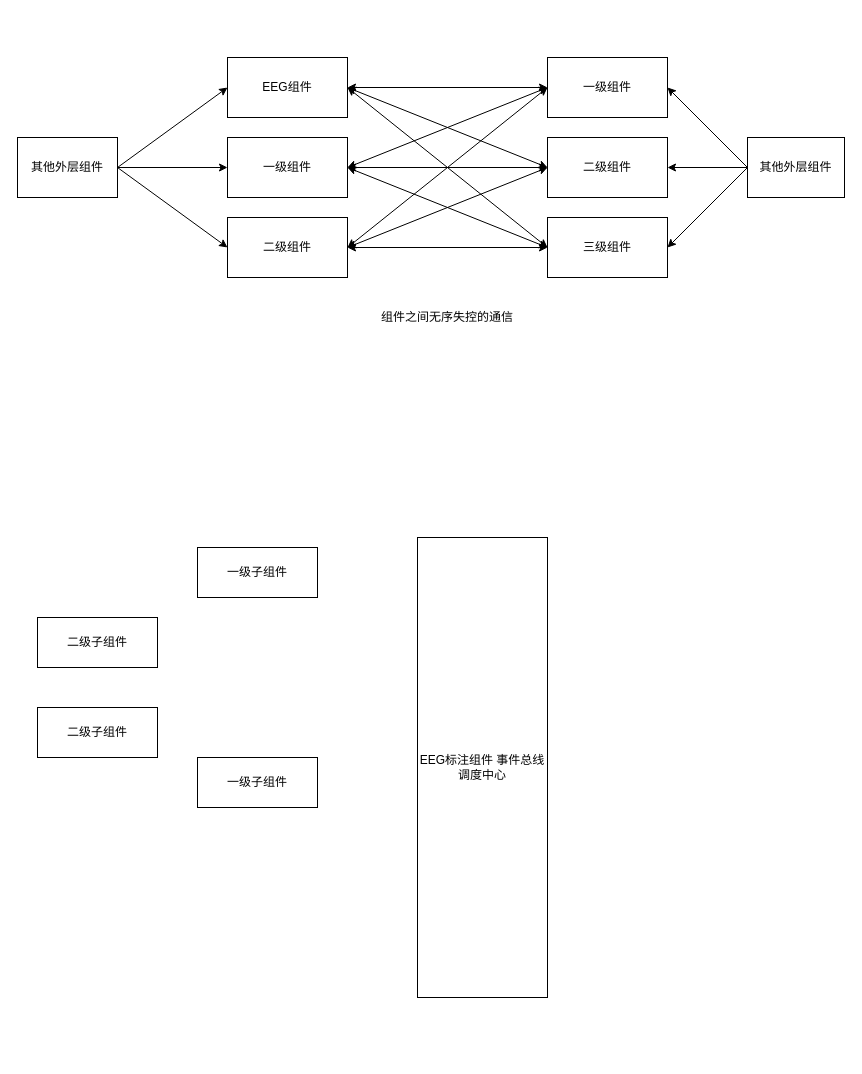
Earlier version of the draw.io diagram 标注组件结构图.drawio (chenweihan/UML). Source tidied: cells renumbered, new cells numbered last; positions are measured from the earlier drawing's top-left corner, leaving out a move shared by most shapes. Both pictures are drawn from the tidied source at 100%, with x=0, y=0 at pixel (17, 57).
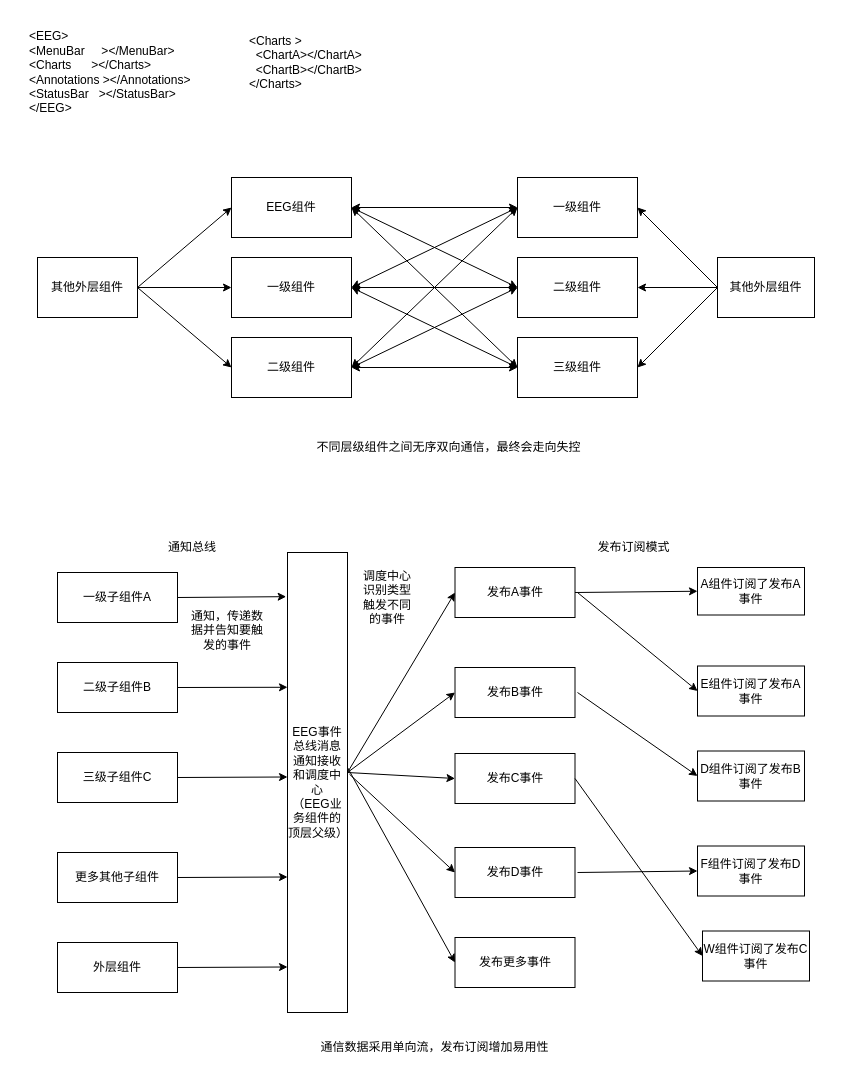
The same page after the edit.

Commit message (it also covers changes not shown here):
更新标注组件结构图.drawio

Change to the diagram source:
```diff
@@
-    <mxCell id="2" value="EEG标注组件 事件总线调度中心" style="rounded=0;whiteSpace=wrap;html=1;" parent="1" vertex="1">
-      <mxGeometry x="400" y="480" width="130" height="460" as="geometry" />
+    <mxCell id="2" value="EEG事件总线消息通知接收和调度中心&lt;br&gt;（EEG业务组件的顶层父级）" style="rounded=0;whiteSpace=wrap;html=1;" parent="1" vertex="1">
+      <mxGeometry x="270" y="495" width="60" height="460" as="geometry" />
     </mxCell>
-    <mxCell id="3" value="一级子组件" style="rounded=0;whiteSpace=wrap;html=1;" parent="1" vertex="1">
-      <mxGeometry x="180" y="490" width="120" height="50" as="geometry" />
+    <mxCell id="3" value="一级子组件A" style="rounded=0;whiteSpace=wrap;html=1;" parent="1" vertex="1">
+      <mxGeometry x="40" y="515" width="120" height="50" as="geometry" />
     </mxCell>
-    <mxCell id="4" value="一级子组件" style="rounded=0;whiteSpace=wrap;html=1;" parent="1" vertex="1">
-      <mxGeometry x="180" y="700" width="120" height="50" as="geometry" />
+    <mxCell id="4" value="更多其他子组件" style="rounded=0;whiteSpace=wrap;html=1;" parent="1" vertex="1">
+      <mxGeometry x="40" y="795" width="120" height="50" as="geometry" />
     </mxCell>
-    <mxCell id="5" value="二级子组件" style="rounded=0;whiteSpace=wrap;html=1;" parent="1" vertex="1">
-      <mxGeometry x="20" y="560" width="120" height="50" as="geometry" />
+    <mxCell id="5" value="二级子组件B" style="rounded=0;whiteSpace=wrap;html=1;" parent="1" vertex="1">
+      <mxGeometry x="40" y="605" width="120" height="50" as="geometry" />
     </mxCell>
-    <mxCell id="6" value="二级子组件" style="rounded=0;whiteSpace=wrap;html=1;" parent="1" vertex="1">
-      <mxGeometry x="20" y="650" width="120" height="50" as="geometry" />
+    <mxCell id="6" value="三级子组件C" style="rounded=0;whiteSpace=wrap;html=1;" parent="1" vertex="1">
+      <mxGeometry x="40" y="695" width="120" height="50" as="geometry" />
     </mxCell>
     <mxCell id="7" value="EEG组件" style="rounded=0;whiteSpace=wrap;html=1;" parent="1" vertex="1">
-      <mxGeometry x="210" width="120" height="60" as="geometry" />
+      <mxGeometry x="214" y="120" width="120" height="60" as="geometry" />
     </mxCell>
     <mxCell id="8" value="一级组件" style="rounded=0;whiteSpace=wrap;html=1;" parent="1" vertex="1">
-      <mxGeometry x="210" y="80" width="120" height="60" as="geometry" />
+      <mxGeometry x="214" y="200" width="120" height="60" as="geometry" />
     </mxCell>
     <mxCell id="9" value="二级组件" style="rounded=0;whiteSpace=wrap;html=1;" parent="1" vertex="1">
-      <mxGeometry x="210" y="160" width="120" height="60" as="geometry" />
+      <mxGeometry x="214" y="280" width="120" height="60" as="geometry" />
     </mxCell>
     <mxCell id="10" value="一级组件" style="rounded=0;whiteSpace=wrap;html=1;" parent="1" vertex="1">
-      <mxGeometry x="530" width="120" height="60" as="geometry" />
+      <mxGeometry x="500" y="120" width="120" height="60" as="geometry" />
     </mxCell>
     <mxCell id="11" value="二级组件" style="rounded=0;whiteSpace=wrap;html=1;" parent="1" vertex="1">
-      <mxGeometry x="530" y="80" width="120" height="60" as="geometry" />
+      <mxGeometry x="500" y="200" width="120" height="60" as="geometry" />
     </mxCell>
     <mxCell id="12" value="三级组件" style="rounded=0;whiteSpace=wrap;html=1;" parent="1" vertex="1">
-      <mxGeometry x="530" y="160" width="120" height="60" as="geometry" />
+      <mxGeometry x="500" y="280" width="120" height="60" as="geometry" />
     </mxCell>
     <mxCell id="13" style="endArrow=classic;startArrow=classic;html=1;rounded=0;entryX=0;entryY=0.5;entryDx=0;entryDy=0;" parent="1" edge="1" target="12">
       <mxGeometry relative="1" as="geometry">
-        <mxPoint x="330" y="190" as="sourcePoint" />
+        <mxPoint x="334" y="310" as="sourcePoint" />
       </mxGeometry>
     </mxCell>
-    <mxCell id="14" style="endArrow=classic;startArrow=classic;html=1;rounded=0;exitX=1;exitY=0.5;exitDx=0;exitDy=0;" parent="1" edge="1" source="8">
-      <mxGeometry relative="1" as="geometry">
-        <mxPoint x="530" y="190" as="targetPoint" />
-      </mxGeometry>
+    <mxCell id="14" style="endArrow=classic;startArrow=classic;html=1;rounded=0;exitX=1;exitY=0.5;exitDx=0;exitDy=0;entryX=0;entryY=0.5;entryDx=0;entryDy=0;" parent="1" edge="1" source="8" target="12">
+      <mxGeometry relative="1" as="geometry" />
     </mxCell>
-    <mxCell id="15" style="endArrow=classic;startArrow=classic;html=1;rounded=0;" parent="1" edge="1">
+    <mxCell id="15" style="endArrow=classic;startArrow=classic;html=1;rounded=0;exitX=1;exitY=0.5;exitDx=0;exitDy=0;" parent="1" edge="1" source="9">
       <mxGeometry relative="1" as="geometry">
-        <mxPoint x="330" y="190" as="sourcePoint" />
-        <mxPoint x="530" y="110" as="targetPoint" />
+        <mxPoint x="500" y="230" as="targetPoint" />
       </mxGeometry>
     </mxCell>
@@
-    <mxCell id="18" style="endArrow=classic;startArrow=classic;html=1;rounded=0;exitX=1;exitY=0.5;exitDx=0;exitDy=0;" parent="1" edge="1" source="7">
-      <mxGeometry relative="1" as="geometry">
-        <mxPoint x="530" y="110" as="targetPoint" />
-      </mxGeometry>
+    <mxCell id="18" style="endArrow=classic;startArrow=classic;html=1;rounded=0;exitX=1;exitY=0.5;exitDx=0;exitDy=0;entryX=0;entryY=0.5;entryDx=0;entryDy=0;" parent="1" edge="1" source="7" target="11">
+      <mxGeometry relative="1" as="geometry" />
     </mxCell>
@@
     <mxCell id="21" style="endArrow=classic;startArrow=classic;html=1;rounded=0;entryX=0;entryY=0.5;entryDx=0;entryDy=0;" parent="1" edge="1" target="10">
       <mxGeometry relative="1" as="geometry">
-        <mxPoint x="330" y="190" as="sourcePoint" />
+        <mxPoint x="334" y="310" as="sourcePoint" />
       </mxGeometry>
     </mxCell>
-    <mxCell id="22" value="组件之间无序失控的通信" style="text;html=1;strokeColor=none;fillColor=none;align=center;verticalAlign=middle;whiteSpace=wrap;rounded=0;" parent="1" vertex="1">
-      <mxGeometry x="345" y="250" width="170" height="20" as="geometry" />
+    <mxCell id="22" value="不同层级组件之间无序双向通信，最终会走向失控" style="text;html=1;strokeColor=none;fillColor=none;align=center;verticalAlign=middle;whiteSpace=wrap;rounded=0;" parent="1" vertex="1">
+      <mxGeometry x="284" y="380" width="295" height="20" as="geometry" />
     </mxCell>
     <mxCell id="23" value="其他外层组件" style="rounded=0;whiteSpace=wrap;html=1;" parent="1" vertex="1">
-      <mxGeometry y="80" width="100" height="60" as="geometry" />
+      <mxGeometry x="20" y="200" width="100" height="60" as="geometry" />
     </mxCell>
@@
     <mxCell id="27" value="其他外层组件" style="rounded=0;whiteSpace=wrap;html=1;" parent="1" vertex="1">
-      <mxGeometry x="730" y="80" width="97" height="60" as="geometry" />
+      <mxGeometry x="700" y="200" width="97" height="60" as="geometry" />
     </mxCell>
-    <mxCell id="28" style="endArrow=classic;html=1;rounded=0;entryX=1;entryY=0.5;entryDx=0;entryDy=0;exitX=0;exitY=0.5;exitDx=0;exitDy=0;" parent="1" edge="1" source="27" target="10">
-      <mxGeometry relative="1" as="geometry" />
+    <mxCell id="28" style="endArrow=classic;html=1;rounded=0;entryX=1;entryY=0.5;entryDx=0;entryDy=0;exitX=0;exitY=0.5;exitDx=0;exitDy=0;" parent="1" edge="1" target="10">
+      <mxGeometry relative="1" as="geometry">
+        <mxPoint x="700" y="230" as="sourcePoint" />
+      </mxGeometry>
     </mxCell>
-    <mxCell id="29" style="endArrow=classic;html=1;rounded=0;entryX=1;entryY=0.5;entryDx=0;entryDy=0;exitX=0;exitY=0.5;exitDx=0;exitDy=0;" parent="1" edge="1" source="27" target="11">
-      <mxGeometry relative="1" as="geometry" />
+    <mxCell id="29" style="endArrow=classic;html=1;rounded=0;entryX=1;entryY=0.5;entryDx=0;entryDy=0;exitX=0;exitY=0.5;exitDx=0;exitDy=0;" parent="1" edge="1" target="11">
+      <mxGeometry relative="1" as="geometry">
+        <mxPoint x="700" y="230" as="sourcePoint" />
+      </mxGeometry>
     </mxCell>
-    <mxCell id="30" style="endArrow=classic;html=1;rounded=0;entryX=1;entryY=0.5;entryDx=0;entryDy=0;exitX=0;exitY=0.5;exitDx=0;exitDy=0;" parent="1" edge="1" source="27" target="12">
-      <mxGeometry relative="1" as="geometry" />
+    <mxCell id="30" style="endArrow=classic;html=1;rounded=0;entryX=1;entryY=0.5;entryDx=0;entryDy=0;exitX=0;exitY=0.5;exitDx=0;exitDy=0;" parent="1" edge="1" target="12">
+      <mxGeometry relative="1" as="geometry">
+        <mxPoint x="700" y="230" as="sourcePoint" />
+      </mxGeometry>
     </mxCell>
+    <mxCell id="31" value="外层组件" style="rounded=0;whiteSpace=wrap;html=1;" parent="1" vertex="1">
+      <mxGeometry x="40" y="885" width="120" height="50" as="geometry" />
+    </mxCell>
+    <mxCell id="32" style="endArrow=classic;html=1;rounded=0;exitX=1;exitY=0.5;exitDx=0;exitDy=0;entryX=-0.022;entryY=0.096;entryDx=0;entryDy=0;entryPerimeter=0;" parent="1" edge="1" source="3" target="2">
+      <mxGeometry relative="1" as="geometry" />
+    </mxCell>
+    <mxCell id="33" style="endArrow=classic;html=1;rounded=0;exitX=1;exitY=0.5;exitDx=0;exitDy=0;entryX=0;entryY=0.293;entryDx=0;entryDy=0;entryPerimeter=0;" parent="1" edge="1" source="5" target="2">
+      <mxGeometry relative="1" as="geometry" />
+    </mxCell>
+    <mxCell id="34" style="endArrow=classic;html=1;rounded=0;exitX=1;exitY=0.5;exitDx=0;exitDy=0;entryX=0;entryY=0.293;entryDx=0;entryDy=0;entryPerimeter=0;" parent="1" edge="1" source="6">
+      <mxGeometry relative="1" as="geometry">
+        <mxPoint x="270" y="719.5" as="targetPoint" />
+      </mxGeometry>
+    </mxCell>
+    <mxCell id="35" style="endArrow=classic;html=1;rounded=0;exitX=1;exitY=0.5;exitDx=0;exitDy=0;entryX=0;entryY=0.293;entryDx=0;entryDy=0;entryPerimeter=0;" parent="1" edge="1" source="4">
+      <mxGeometry relative="1" as="geometry">
+        <mxPoint x="270" y="819.5" as="targetPoint" />
+      </mxGeometry>
+    </mxCell>
+    <mxCell id="36" style="endArrow=classic;html=1;rounded=0;exitX=1;exitY=0.5;exitDx=0;exitDy=0;entryX=0;entryY=0.293;entryDx=0;entryDy=0;entryPerimeter=0;" parent="1" edge="1" source="31">
+      <mxGeometry relative="1" as="geometry">
+        <mxPoint x="270" y="909.5" as="targetPoint" />
+      </mxGeometry>
+    </mxCell>
+    <mxCell id="37" value="发布A事件" style="rounded=0;whiteSpace=wrap;html=1;" parent="1" vertex="1">
+      <mxGeometry x="437.5" y="510" width="120" height="50" as="geometry" />
+    </mxCell>
+    <mxCell id="38" value="发布B事件" style="rounded=0;whiteSpace=wrap;html=1;" parent="1" vertex="1">
+      <mxGeometry x="437.5" y="610" width="120" height="50" as="geometry" />
+    </mxCell>
+    <mxCell id="39" value="发布C事件" style="rounded=0;whiteSpace=wrap;html=1;" parent="1" vertex="1">
+      <mxGeometry x="437.5" y="696" width="120" height="50" as="geometry" />
+    </mxCell>
+    <mxCell id="40" style="endArrow=classic;html=1;rounded=0;entryX=0;entryY=0.5;entryDx=0;entryDy=0;" parent="1" edge="1" target="37">
+      <mxGeometry relative="1" as="geometry">
+        <mxPoint x="330" y="715" as="sourcePoint" />
+      </mxGeometry>
+    </mxCell>
+    <mxCell id="41" style="endArrow=classic;html=1;rounded=0;entryX=0;entryY=0.5;entryDx=0;entryDy=0;" parent="1" edge="1" target="38">
+      <mxGeometry relative="1" as="geometry">
+        <mxPoint x="330" y="715" as="sourcePoint" />
+      </mxGeometry>
+    </mxCell>
+    <mxCell id="42" style="endArrow=classic;html=1;rounded=0;entryX=0;entryY=0.5;entryDx=0;entryDy=0;" parent="1" edge="1" target="39">
+      <mxGeometry relative="1" as="geometry">
+        <mxPoint x="330" y="715" as="sourcePoint" />
+      </mxGeometry>
+    </mxCell>
+    <mxCell id="43" value="发布D事件" style="rounded=0;whiteSpace=wrap;html=1;" parent="1" vertex="1">
+      <mxGeometry x="437.5" y="790" width="120" height="50" as="geometry" />
+    </mxCell>
+    <mxCell id="44" value="发布更多事件" style="rounded=0;whiteSpace=wrap;html=1;" parent="1" vertex="1">
+      <mxGeometry x="437.5" y="880" width="120" height="50" as="geometry" />
+    </mxCell>
+    <mxCell id="45" style="endArrow=classic;html=1;rounded=0;exitX=1.033;exitY=0.482;exitDx=0;exitDy=0;exitPerimeter=0;entryX=0;entryY=0.5;entryDx=0;entryDy=0;" parent="1" edge="1" source="2" target="43">
+      <mxGeometry relative="1" as="geometry" />
+    </mxCell>
+    <mxCell id="46" style="endArrow=classic;html=1;rounded=0;entryX=0;entryY=0.5;entryDx=0;entryDy=0;" parent="1" edge="1" target="44">
+      <mxGeometry relative="1" as="geometry">
+        <mxPoint x="330" y="710" as="sourcePoint" />
+      </mxGeometry>
+    </mxCell>
+    <mxCell id="47" style="endArrow=classic;html=1;rounded=0;exitX=1;exitY=0.5;exitDx=0;exitDy=0;entryX=0;entryY=0.5;entryDx=0;entryDy=0;" parent="1" edge="1" source="37" target="48">
+      <mxGeometry relative="1" as="geometry" />
+    </mxCell>
+    <mxCell id="48" value="A组件订阅了发布A事件" style="rounded=0;whiteSpace=wrap;html=1;" parent="1" vertex="1">
+      <mxGeometry x="680" y="510" width="107" height="47.5" as="geometry" />
+    </mxCell>
+    <mxCell id="49" value="发布订阅模式" style="text;html=1;strokeColor=none;fillColor=none;align=center;verticalAlign=middle;whiteSpace=wrap;rounded=0;" parent="1" vertex="1">
+      <mxGeometry x="579" y="480" width="75" height="20" as="geometry" />
+    </mxCell>
+    <mxCell id="50" value="E组件订阅了发布A事件" style="rounded=0;whiteSpace=wrap;html=1;" parent="1" vertex="1">
+      <mxGeometry x="680" y="608.5" width="107" height="50" as="geometry" />
+    </mxCell>
+    <mxCell id="51" style="endArrow=classic;html=1;rounded=0;entryX=0;entryY=0.5;entryDx=0;entryDy=0;" parent="1" edge="1" target="50">
+      <mxGeometry relative="1" as="geometry">
+        <mxPoint x="560" y="535" as="sourcePoint" />
+      </mxGeometry>
+    </mxCell>
+    <mxCell id="52" value="通知总线" style="text;html=1;strokeColor=none;fillColor=none;align=center;verticalAlign=middle;whiteSpace=wrap;rounded=0;" parent="1" vertex="1">
+      <mxGeometry x="145" y="475" width="60" height="30" as="geometry" />
+    </mxCell>
+    <mxCell id="53" value="D组件订阅了发布B事件" style="rounded=0;whiteSpace=wrap;html=1;" parent="1" vertex="1">
+      <mxGeometry x="680" y="693.5" width="107" height="50" as="geometry" />
+    </mxCell>
+    <mxCell id="54" style="endArrow=classic;html=1;rounded=0;entryX=0;entryY=0.5;entryDx=0;entryDy=0;" parent="1" edge="1" target="53">
+      <mxGeometry relative="1" as="geometry">
+        <mxPoint x="560" y="635" as="sourcePoint" />
+      </mxGeometry>
+    </mxCell>
+    <mxCell id="55" value="F组件订阅了发布D事件" style="rounded=0;whiteSpace=wrap;html=1;" parent="1" vertex="1">
+      <mxGeometry x="680" y="788.5" width="107" height="50" as="geometry" />
+    </mxCell>
+    <mxCell id="56" style="endArrow=classic;html=1;rounded=0;entryX=0;entryY=0.5;entryDx=0;entryDy=0;" parent="1" edge="1" target="55">
+      <mxGeometry relative="1" as="geometry">
+        <mxPoint x="560" y="815" as="sourcePoint" />
+      </mxGeometry>
+    </mxCell>
+    <mxCell id="57" value="调度中心识别类型触发不同的事件" style="text;html=1;strokeColor=none;fillColor=none;align=center;verticalAlign=middle;whiteSpace=wrap;rounded=0;" parent="1" vertex="1">
+      <mxGeometry x="340" y="525" width="60" height="30" as="geometry" />
+    </mxCell>
+    <mxCell id="58" value="通知，传递数据并告知要触发的事件" style="text;html=1;strokeColor=none;fillColor=none;align=center;verticalAlign=middle;whiteSpace=wrap;rounded=0;" parent="1" vertex="1">
+      <mxGeometry x="170" y="557.5" width="80" height="30" as="geometry" />
+    </mxCell>
+    <mxCell id="59" value="W组件订阅了发布C事件" style="rounded=0;whiteSpace=wrap;html=1;" parent="1" vertex="1">
+      <mxGeometry x="685" y="873.5" width="107" height="50" as="geometry" />
+    </mxCell>
+    <mxCell id="60" style="endArrow=classic;html=1;rounded=0;entryX=0;entryY=0.5;entryDx=0;entryDy=0;exitX=1;exitY=0.5;exitDx=0;exitDy=0;" parent="1" edge="1" source="39" target="59">
+      <mxGeometry relative="1" as="geometry" />
+    </mxCell>
+    <mxCell id="61" value="通信数据采用单向流，发布订阅增加易用性" style="text;html=1;strokeColor=none;fillColor=none;align=center;verticalAlign=middle;whiteSpace=wrap;rounded=0;" parent="1" vertex="1">
+      <mxGeometry x="270" y="980" width="295" height="20" as="geometry" />
+    </mxCell>
+    <mxCell id="62" value="&lt;div&gt;&amp;lt;EEG&amp;gt;&amp;nbsp;&lt;/div&gt;&lt;div&gt;&lt;span&gt; &lt;/span&gt;&amp;lt;MenuBar&amp;nbsp; &amp;nbsp; &amp;nbsp;&amp;gt;&amp;lt;/MenuBar&amp;gt;&lt;/div&gt;&lt;div&gt;&lt;span&gt; &lt;/span&gt;&amp;lt;Charts&amp;nbsp; &amp;nbsp; &amp;nbsp; &amp;gt;&amp;lt;/Charts&amp;gt;&lt;/div&gt;&lt;div&gt;&lt;span&gt; &lt;/span&gt;&amp;lt;Annotations &amp;gt;&amp;lt;/Annotations&amp;gt;&lt;/div&gt;&lt;div&gt;&lt;span&gt; &lt;/span&gt;&amp;lt;StatusBar&amp;nbsp; &amp;nbsp;&amp;gt;&amp;lt;/StatusBar&amp;gt;&lt;/div&gt;&lt;div&gt;&amp;lt;/EEG&amp;gt;&lt;/div&gt;" style="text;html=1;strokeColor=none;fillColor=none;align=left;verticalAlign=middle;whiteSpace=wrap;rounded=0;" parent="1" vertex="1">
+      <mxGeometry x="10" y="-30" width="180" height="90" as="geometry" />
+    </mxCell>
+    <mxCell id="63" value="&lt;span&gt;&amp;lt;Charts &amp;gt;&lt;br&gt;&amp;nbsp; &amp;lt;ChartA&amp;gt;&amp;lt;/ChartA&amp;gt;&lt;br&gt;&lt;/span&gt;&amp;nbsp; &amp;lt;ChartB&amp;gt;&amp;lt;/ChartB&amp;gt;&lt;span&gt;&lt;br&gt;&amp;lt;/Charts&amp;gt;&lt;/span&gt;" style="text;html=1;strokeColor=none;fillColor=none;align=left;verticalAlign=middle;whiteSpace=wrap;rounded=0;" parent="1" vertex="1">
+      <mxGeometry x="230" y="-40" width="140" height="90" as="geometry" />
+    </mxCell>
```
